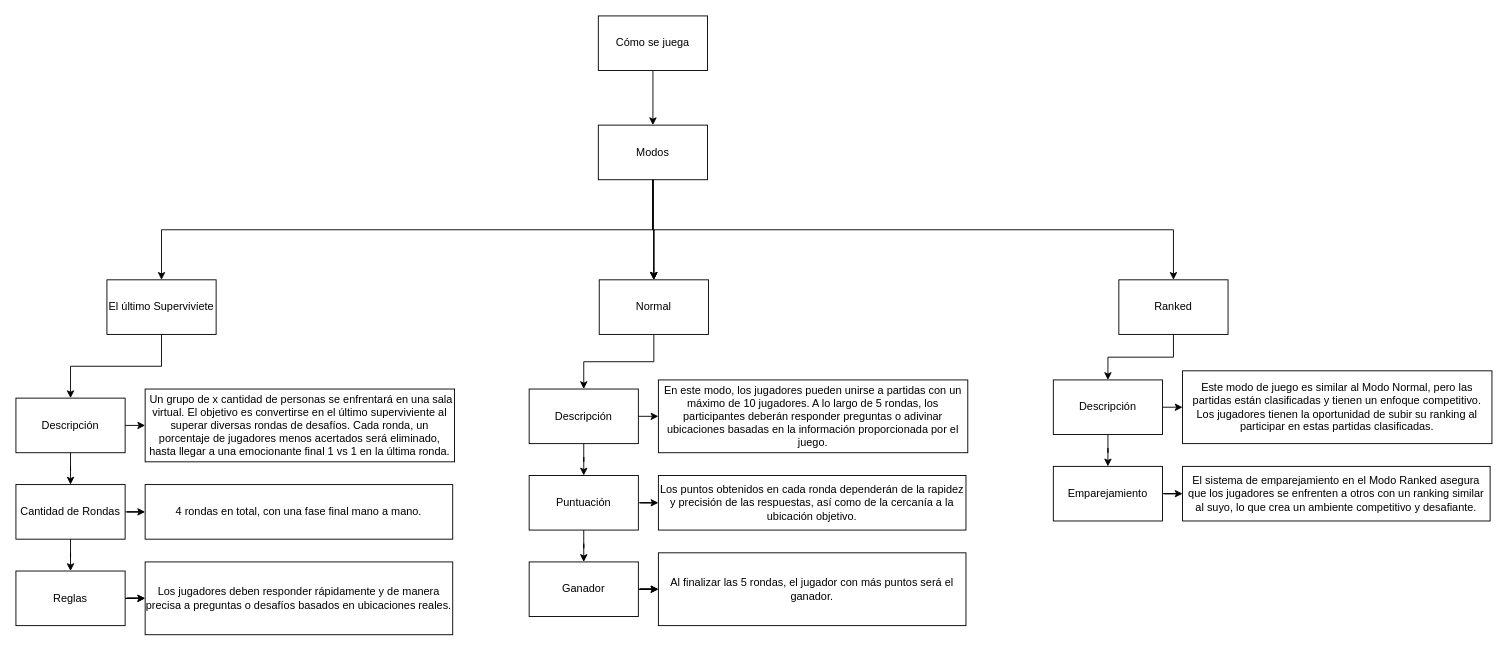
This is page "Modos" (2 of 2) of Diagrama sin título.drawio from LizzColDev/diagramas, a draw.io file, before an edit. Source tidied: cells renumbered, new cells numbered last; positions are measured from the earlier drawing's top-left corner, leaving out a move shared by most shapes. Both pictures are drawn from the tidied source at 91%, with x=0, y=0 at pixel (15, 15).
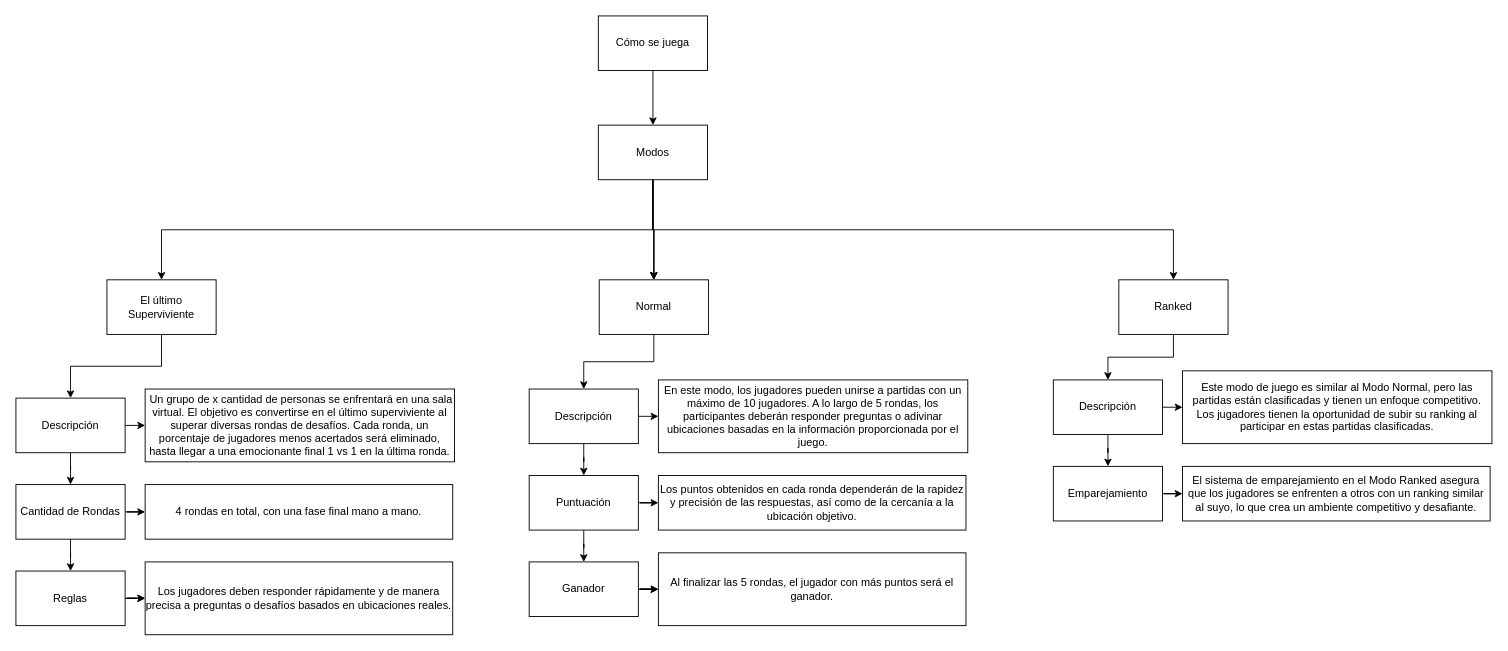
The same page after the edit.

The edit, as a diff of the source:
```diff
@@
-    <mxCell id="8" value="El último Superviviete" style="whiteSpace=wrap;html=1;rounded=0;" parent="1" vertex="1">
+    <mxCell id="8" value="El último Superviviente" style="whiteSpace=wrap;html=1;rounded=0;" parent="1" vertex="1">
       <mxGeometry x="100" y="290" width="120" height="60" as="geometry" />
     </mxCell>
```
